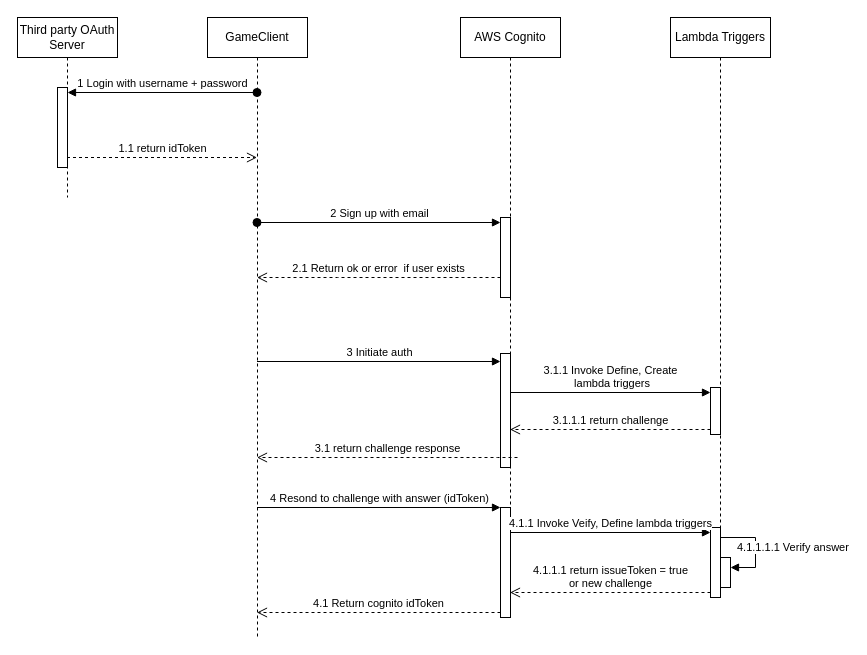
Before: AWS Authentication.drawio in yaohuiwu/SimpleFS, a draw.io diagram. Source tidied: cells renumbered, new cells numbered last; positions are measured from the earlier drawing's top-left corner, leaving out a move shared by most shapes. Both pictures are drawn from the tidied source at 100%, with x=0, y=0 at pixel (17, 17).
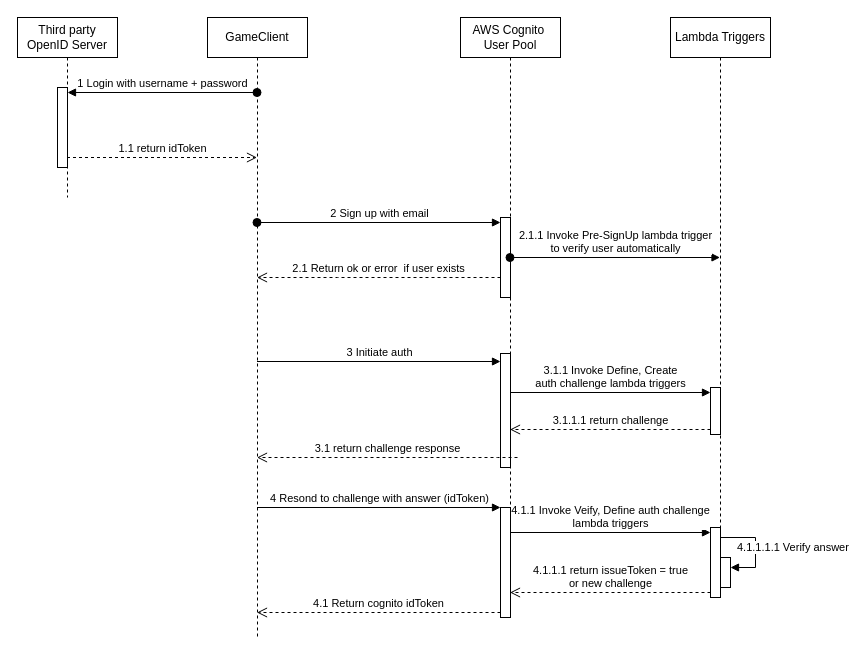
After the change.

Unchanged cells that the change refers to:
```xml
<mxCell id="18" style="html=1;points=[[0,0,0,0,5],[0,1,0,0,-5],[1,0,0,0,5],[1,1,0,0,-5]];perimeter=orthogonalPerimeter;outlineConnect=0;targetShapes=umlLifeline;portConstraint=eastwest;newEdgeStyle={&quot;curved&quot;:0,&quot;rounded&quot;:0};" parent="17" vertex="1">
  <mxGeometry x="40" y="370" width="10" height="47" as="geometry" />
</mxCell>
<mxCell id="19" style="html=1;points=[[0,0,0,0,5],[0,1,0,0,-5],[1,0,0,0,5],[1,1,0,0,-5]];perimeter=orthogonalPerimeter;outlineConnect=0;targetShapes=umlLifeline;portConstraint=eastwest;newEdgeStyle={&quot;curved&quot;:0,&quot;rounded&quot;:0};" parent="17" vertex="1">
  <mxGeometry x="40" y="510" width="10" height="70" as="geometry" />
</mxCell>
```

Change to the diagram source:
```diff
@@
-    <mxCell id="3" value="Third party OAuth Server" style="shape=umlLifeline;perimeter=lifelinePerimeter;whiteSpace=wrap;html=1;newEdgeStyle={&quot;edgeStyle&quot;:&quot;elbowEdgeStyle&quot;,&quot;elbow&quot;:&quot;vertical&quot;,&quot;curved&quot;:0,&quot;rounded&quot;:0};" parent="1" vertex="1">
+    <mxCell id="3" value="Third party OpenID Server" style="shape=umlLifeline;perimeter=lifelinePerimeter;whiteSpace=wrap;html=1;newEdgeStyle={&quot;edgeStyle&quot;:&quot;elbowEdgeStyle&quot;,&quot;elbow&quot;:&quot;vertical&quot;,&quot;curved&quot;:0,&quot;rounded&quot;:0};" parent="1" vertex="1">
       <mxGeometry width="100" height="180" as="geometry" />
     </mxCell>
@@
-    <mxCell id="7" value="AWS Cognito" style="shape=umlLifeline;perimeter=lifelinePerimeter;whiteSpace=wrap;html=1;outlineConnect=0;portConstraint=eastwest;newEdgeStyle={&quot;curved&quot;:0,&quot;rounded&quot;:0};" parent="1" vertex="1">
+    <mxCell id="7" value="AWS Cognito&amp;nbsp; User Pool" style="shape=umlLifeline;perimeter=lifelinePerimeter;whiteSpace=wrap;html=1;outlineConnect=0;portConstraint=eastwest;newEdgeStyle={&quot;curved&quot;:0,&quot;rounded&quot;:0};" parent="1" vertex="1">
       <mxGeometry x="443" width="100" height="600" as="geometry" />
     </mxCell>
@@
-    <mxCell id="22" value="3.1.1 Invoke Define, Create&lt;br style=&quot;border-color: var(--darkreader-border--border-color); --darkreader-inline-border: var(--darkreader-border--darkreader-border--border-color);&quot;&gt;&amp;nbsp;lambda triggers" style="html=1;verticalAlign=bottom;endArrow=block;curved=0;rounded=0;entryX=0;entryY=0;entryDx=0;entryDy=5;" parent="1" edge="1" source="7" target="18">
+    <mxCell id="22" value="3.1.1 Invoke Define, Create&lt;br style=&quot;border-color: var(--darkreader-border--border-color); --darkreader-inline-border: var(--darkreader-border--darkreader-border--border-color);&quot;&gt;auth challenge lambda triggers" style="html=1;verticalAlign=bottom;endArrow=block;curved=0;rounded=0;entryX=0;entryY=0;entryDx=0;entryDy=5;" parent="1" edge="1" source="7" target="18">
       <mxGeometry relative="1" as="geometry" />
     </mxCell>
@@
-    <mxCell id="25" value="4.1.1 Invoke Veify, Define lambda triggers" style="html=1;verticalAlign=bottom;endArrow=block;curved=0;rounded=0;entryX=0;entryY=0;entryDx=0;entryDy=5;" parent="1" edge="1" source="7" target="19">
+    <mxCell id="25" value="4.1.1 Invoke Veify, Define auth challenge &lt;br&gt;lambda triggers" style="html=1;verticalAlign=bottom;endArrow=block;curved=0;rounded=0;entryX=0;entryY=0;entryDx=0;entryDy=5;" parent="1" edge="1" source="7" target="19">
       <mxGeometry relative="1" as="geometry" />
     </mxCell>
+    <mxCell id="26" value="2.1.1 Invoke Pre-SignUp lambda trigger&lt;br&gt;to verify user automatically" style="html=1;verticalAlign=bottom;startArrow=oval;startFill=1;endArrow=block;startSize=8;curved=0;rounded=0;" parent="1" edge="1">
+      <mxGeometry relative="1" as="geometry">
+        <mxPoint x="492.5" y="240" as="sourcePoint" />
+        <mxPoint x="702.5" y="240" as="targetPoint" />
+      </mxGeometry>
+    </mxCell>
```
